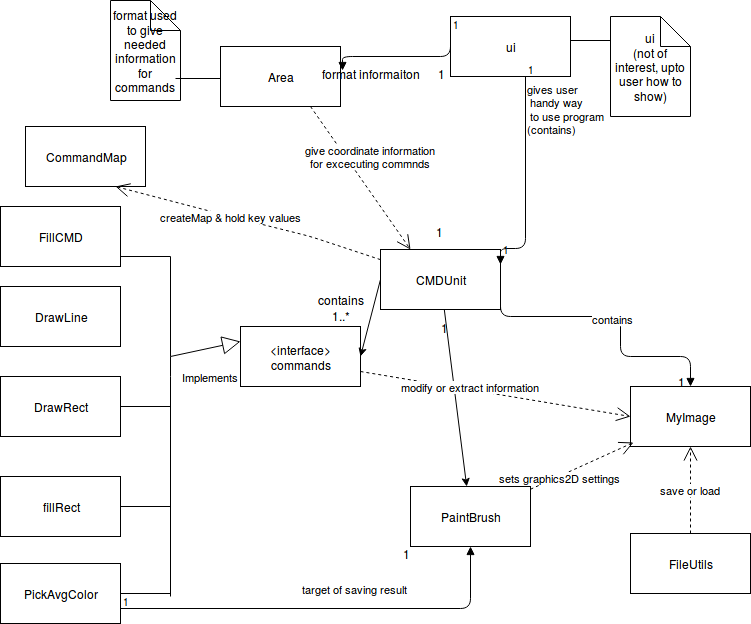
Before: Documentation/Class-Diagram.png, a diagram exported from draw.io (kapistelijaKrisu/JavaPaint). Source tidied: cells renumbered, new cells last; positions are measured from the earlier drawing's top-left corner, leaving out a move shared by most shapes.
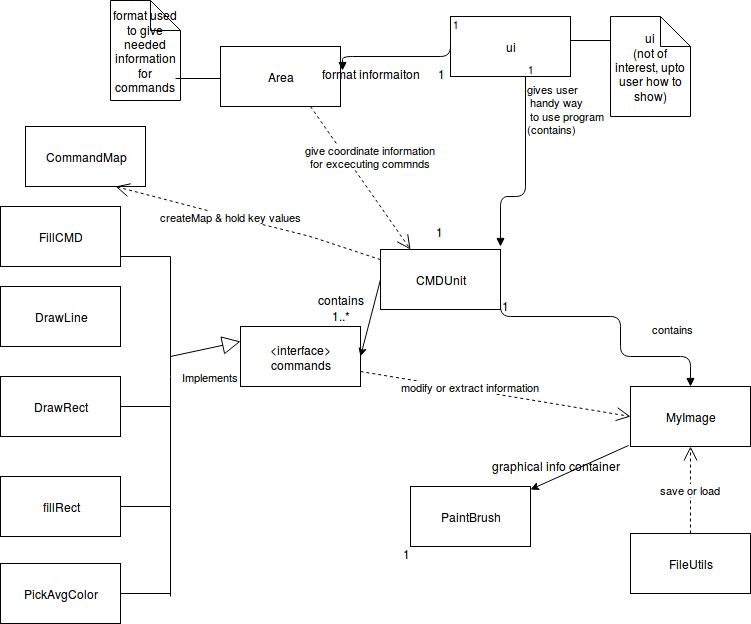
The same diagram one commit later.

What changed in the source:
```diff
@@ -17,7 +17,7 @@
       <mxGeometry x="630" y="386" width="120" height="60" as="geometry" />
     </mxCell>
     <mxCell id="6" value="contains" style="endArrow=block;endFill=1;html=1;edgeStyle=orthogonalEdgeStyle;align=left;verticalAlign=top;entryX=0.5;entryY=0;" parent="1" edge="1" target="5">
-      <mxGeometry x="-0.06" y="10" relative="1" as="geometry">
+      <mxGeometry x="0.12" y="30" relative="1" as="geometry">
         <mxPoint x="500" y="256" as="sourcePoint" />
         <Array as="points">
           <mxPoint x="500" y="316" />
@@ -27,13 +27,10 @@
         </Array>
       </mxGeometry>
     </mxCell>
-    <mxCell id="7" value="1" style="html=1;align=left;verticalAlign=bottom;labelBackgroundColor=#ffffff;fontSize=10;" parent="6" vertex="1">
-      <mxGeometry x="-1" relative="1" as="geometry" />
-    </mxCell>
     <mxCell id="8" value="PaintBrush" style="whiteSpace=wrap;html=1;" parent="1" vertex="1">
       <mxGeometry x="410" y="486" width="120" height="60" as="geometry" />
     </mxCell>
-    <mxCell id="9" style="endArrow=classic;html=1;" parent="1" edge="1" source="19" target="8">
+    <mxCell id="9" style="endArrow=classic;html=1;exitX=-0.017;exitY=0.983;exitPerimeter=0;" parent="1" edge="1" source="5" target="8">
       <mxGeometry relative="1" as="geometry" />
     </mxCell>
     <mxCell id="10" style="endArrow=none;html=1;" parent="1" edge="1">
@@ -113,9 +110,6 @@
     <mxCell id="29" style="line;html=1;strokeWidth=1;fillColor=none;align=left;verticalAlign=middle;spacingTop=-1;spacingLeft=3;spacingRight=3;labelPosition=right;" parent="1" vertex="1">
       <mxGeometry x="570" y="36" width="40" height="8" as="geometry" />
     </mxCell>
-    <mxCell id="30" value="sets graphics2D settings" style="endArrow=open;endSize=12;dashed=1;html=1;entryX=0.025;entryY=0.933;entryPerimeter=0;" parent="1" edge="1" source="8" target="5">
-      <mxGeometry x="-0.45" y="-2" relative="1" as="geometry" />
-    </mxCell>
     <mxCell id="31" value="give coordinate information &lt;br&gt;for excecuting commnds" style="endArrow=open;endSize=12;dashed=1;html=1;exitX=0.75;exitY=1;entryX=0.25;entryY=0;" parent="1" edge="1" source="23" target="19">
       <mxGeometry x="-0.14" y="21" relative="1" as="geometry">
         <mxPoint y="1" as="offset" />
@@ -142,7 +136,7 @@
       <mxGeometry relative="1" as="geometry" />
     </mxCell>
     <mxCell id="37" value="1" style="text;html=1;align=left;verticalAlign=top;spacingTop=-4;" parent="1" vertex="1">
-      <mxGeometry x="676" y="372" width="20" height="20" as="geometry" />
+      <mxGeometry x="500" y="296" width="20" height="20" as="geometry" />
     </mxCell>
     <mxCell id="38" value="1..*" style="text;html=1;align=left;verticalAlign=top;spacingTop=-4;" parent="1" vertex="1">
       <mxGeometry x="330" y="306" width="30" height="20" as="geometry" />
@@ -158,21 +152,12 @@
     <mxCell id="41" value="1" style="text;html=1;align=left;verticalAlign=top;spacingTop=-4;" parent="1" vertex="1">
       <mxGeometry x="401" y="544" width="20" height="20" as="geometry" />
     </mxCell>
-    <mxCell id="42" value="target of saving result&lt;br&gt;" style="endArrow=block;endFill=1;html=1;edgeStyle=orthogonalEdgeStyle;align=left;verticalAlign=top;entryX=0.5;entryY=1;exitX=1;exitY=0.75;" parent="1" edge="1" source="39" target="8">
-      <mxGeometry x="0.85" y="170" relative="1" as="geometry">
-        <Array as="points">
-          <mxPoint x="470" y="608" />
-        </Array>
-      </mxGeometry>
-    </mxCell>
-    <mxCell id="43" value="1" style="html=1;align=left;verticalAlign=bottom;labelBackgroundColor=#ffffff;fontSize=10;" parent="42" vertex="1">
-      <mxGeometry x="-1" relative="1" as="geometry" />
-    </mxCell>
-    <mxCell id="44" value="gives user&lt;br&gt;&amp;nbsp;handy way&lt;br&gt;&amp;nbsp;to use program&lt;br&gt;(contains)" style="endArrow=block;endFill=1;html=1;edgeStyle=orthogonalEdgeStyle;align=left;verticalAlign=top;exitX=0.625;exitY=1;exitPerimeter=0;entryX=1;entryY=0.25;" parent="1" edge="1" source="2" target="19">
+    <mxCell id="44" value="gives user&lt;br&gt;&amp;nbsp;handy way&lt;br&gt;&amp;nbsp;to use program&lt;br&gt;(contains)" style="endArrow=block;endFill=1;html=1;edgeStyle=orthogonalEdgeStyle;align=left;verticalAlign=top;exitX=0.625;exitY=1;exitPerimeter=0;" parent="1" edge="1" source="2">
       <mxGeometry x="-1" relative="1" as="geometry">
+        <mxPoint x="500" y="246" as="targetPoint" />
         <Array as="points">
-          <mxPoint x="525" y="248" />
-          <mxPoint x="500" y="248" />
+          <mxPoint x="525" y="196" />
+          <mxPoint x="500" y="196" />
         </Array>
       </mxGeometry>
     </mxCell>
@@ -190,8 +175,8 @@
         </Array>
       </mxGeometry>
     </mxCell>
-    <mxCell id="48" value="1" style="text;html=1;align=left;verticalAlign=top;spacingTop=-4;" parent="1" vertex="1">
-      <mxGeometry x="439" y="318" width="20" height="20" as="geometry" />
-    </mxCell>
+    <mxCell id="49" value="graphical info container" style="text;html=1;align=left;verticalAlign=top;spacingTop=-4;" parent="1" vertex="1">
+      <mxGeometry x="490" y="456" width="140" height="20" as="geometry" />
+    </mxCell>
   </root>
 </mxGraphModel>
```
